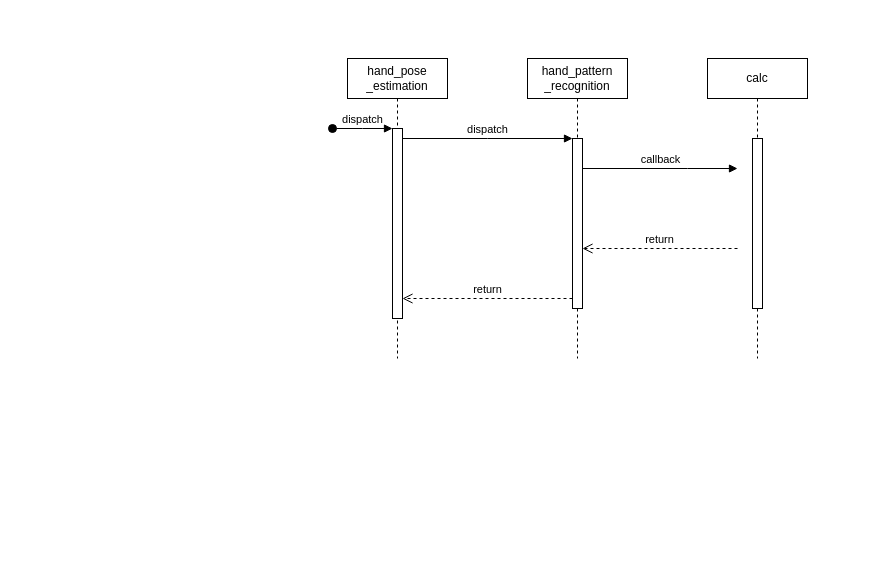
Earlier version of the draw.io diagram doc/Untitled Diagram.drawio (Intel-Edge-AI-SW-Developers-2nd-Team-1/BoardMaestro). Source tidied: cells renumbered, new cells numbered last; positions are measured from the earlier drawing's top-left corner, leaving out a move shared by most shapes. Both pictures are drawn from the tidied source at 100%, with x=0, y=0 at pixel (332, 58).
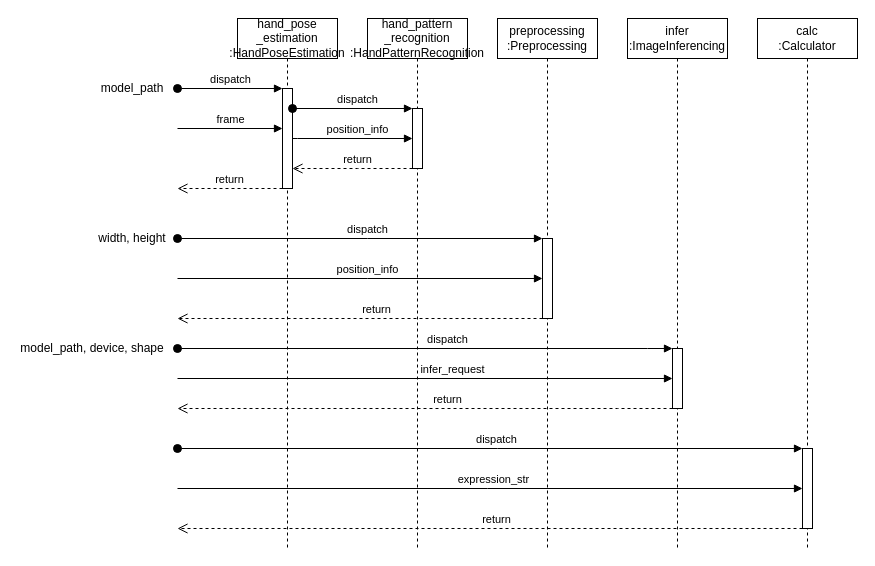
After the change.

Change to the diagram source:
```diff
@@
-    <mxCell id="2" value="&lt;div&gt;hand_pose&lt;/div&gt;&lt;div&gt;_estimation&lt;/div&gt;" style="shape=umlLifeline;perimeter=lifelinePerimeter;whiteSpace=wrap;html=1;newEdgeStyle={&quot;edgeStyle&quot;:&quot;elbowEdgeStyle&quot;,&quot;elbow&quot;:&quot;vertical&quot;,&quot;curved&quot;:0,&quot;rounded&quot;:0};" parent="1" vertex="1">
-      <mxGeometry x="15" width="100" height="300" as="geometry" />
+    <mxCell id="2" value="&lt;div&gt;hand_pose&lt;/div&gt;&lt;div&gt;_estimation&lt;/div&gt;&lt;div&gt;:HandPoseEstimation&lt;br&gt;&lt;/div&gt;" style="shape=umlLifeline;perimeter=lifelinePerimeter;whiteSpace=wrap;html=1;newEdgeStyle={&quot;edgeStyle&quot;:&quot;elbowEdgeStyle&quot;,&quot;elbow&quot;:&quot;vertical&quot;,&quot;curved&quot;:0,&quot;rounded&quot;:0};" parent="1" vertex="1">
+      <mxGeometry x="-95" y="-40" width="100" height="530" as="geometry" />
     </mxCell>
     <mxCell id="3" style="html=1;points=[];perimeter=orthogonalPerimeter;outlineConnect=0;targetShapes=umlLifeline;portConstraint=eastwest;newEdgeStyle={&quot;edgeStyle&quot;:&quot;elbowEdgeStyle&quot;,&quot;elbow&quot;:&quot;vertical&quot;,&quot;curved&quot;:0,&quot;rounded&quot;:0};" parent="2" vertex="1">
-      <mxGeometry x="45" y="70" width="10" height="190" as="geometry" />
+      <mxGeometry x="45" y="70" width="10" height="100" as="geometry" />
     </mxCell>
     <mxCell id="4" value="dispatch" style="html=1;verticalAlign=bottom;startArrow=oval;endArrow=block;startSize=8;edgeStyle=elbowEdgeStyle;elbow=vertical;curved=0;rounded=0;" parent="2" edge="1" target="3">
       <mxGeometry relative="1" as="geometry">
-        <mxPoint x="-15" y="70" as="sourcePoint" />
+        <mxPoint x="-60" y="70" as="sourcePoint" />
       </mxGeometry>
     </mxCell>
-    <mxCell id="5" value="&lt;div&gt;hand_pattern&lt;/div&gt;&lt;div&gt;_recognition&lt;/div&gt;" style="shape=umlLifeline;perimeter=lifelinePerimeter;whiteSpace=wrap;html=1;newEdgeStyle={&quot;edgeStyle&quot;:&quot;elbowEdgeStyle&quot;,&quot;elbow&quot;:&quot;vertical&quot;,&quot;curved&quot;:0,&quot;rounded&quot;:0};" parent="1" vertex="1">
-      <mxGeometry x="195" width="100" height="300" as="geometry" />
+    <mxCell id="5" value="&lt;div&gt;hand_pattern&lt;/div&gt;&lt;div&gt;_recognition&lt;/div&gt;&lt;div&gt;:HandPatternRecognition&lt;br&gt;&lt;/div&gt;" style="shape=umlLifeline;perimeter=lifelinePerimeter;whiteSpace=wrap;html=1;newEdgeStyle={&quot;edgeStyle&quot;:&quot;elbowEdgeStyle&quot;,&quot;elbow&quot;:&quot;vertical&quot;,&quot;curved&quot;:0,&quot;rounded&quot;:0};" parent="1" vertex="1">
+      <mxGeometry x="35" y="-40" width="100" height="530" as="geometry" />
     </mxCell>
     <mxCell id="6" style="html=1;points=[];perimeter=orthogonalPerimeter;outlineConnect=0;targetShapes=umlLifeline;portConstraint=eastwest;newEdgeStyle={&quot;edgeStyle&quot;:&quot;elbowEdgeStyle&quot;,&quot;elbow&quot;:&quot;vertical&quot;,&quot;curved&quot;:0,&quot;rounded&quot;:0};" parent="5" vertex="1">
-      <mxGeometry x="45" y="80" width="10" height="170" as="geometry" />
+      <mxGeometry x="45" y="90" width="10" height="60" as="geometry" />
     </mxCell>
-    <mxCell id="7" value="dispatch" style="html=1;verticalAlign=bottom;endArrow=block;edgeStyle=elbowEdgeStyle;elbow=vertical;curved=0;rounded=0;" parent="1" edge="1" source="3" target="6">
-      <mxGeometry relative="1" as="geometry">
-        <Array as="points">
-          <mxPoint x="155" y="80" />
-        </Array>
-      </mxGeometry>
-    </mxCell>
     <mxCell id="8" value="return" style="html=1;verticalAlign=bottom;endArrow=open;dashed=1;endSize=8;edgeStyle=elbowEdgeStyle;elbow=vertical;curved=0;rounded=0;" parent="1" edge="1" source="6" target="3">
-      <mxGeometry relative="1" as="geometry">
+      <mxGeometry x="-0.08" relative="1" as="geometry">
         <Array as="points">
-          <mxPoint x="165" y="240" />
+          <mxPoint x="25" y="110" />
         </Array>
       </mxGeometry>
     </mxCell>
-    <mxCell id="9" value="callback" style="html=1;verticalAlign=bottom;endArrow=block;edgeStyle=elbowEdgeStyle;elbow=vertical;curved=0;rounded=0;" parent="1" edge="1" source="6">
+    <mxCell id="9" value="frame" style="html=1;verticalAlign=bottom;endArrow=block;edgeStyle=elbowEdgeStyle;elbow=vertical;curved=0;rounded=0;" parent="1" edge="1">
       <mxGeometry relative="1" as="geometry">
-        <mxPoint x="405" y="110" as="targetPoint" />
-        <Array as="points">
-          <mxPoint x="355" y="110" />
-        </Array>
+        <mxPoint x="-155" y="70" as="sourcePoint" />
+        <mxPoint x="-50" y="70" as="targetPoint" />
       </mxGeometry>
     </mxCell>
-    <mxCell id="10" value="return" style="html=1;verticalAlign=bottom;endArrow=open;dashed=1;endSize=8;edgeStyle=elbowEdgeStyle;elbow=vertical;curved=0;rounded=0;" parent="1" edge="1" target="6">
-      <mxGeometry relative="1" as="geometry">
-        <mxPoint x="405" y="190" as="sourcePoint" />
+    <mxCell id="10" value="return" style="html=1;verticalAlign=bottom;endArrow=open;dashed=1;endSize=8;edgeStyle=elbowEdgeStyle;elbow=vertical;curved=0;rounded=0;" parent="1" edge="1" source="15">
+      <mxGeometry x="-0.09" relative="1" as="geometry">
+        <mxPoint x="-155" y="260" as="targetPoint" />
         <Array as="points">
-          <mxPoint x="375" y="190" />
+          <mxPoint x="165" y="260" />
         </Array>
       </mxGeometry>
     </mxCell>
-    <mxCell id="11" value="calc" style="shape=umlLifeline;perimeter=lifelinePerimeter;whiteSpace=wrap;html=1;newEdgeStyle={&quot;edgeStyle&quot;:&quot;elbowEdgeStyle&quot;,&quot;elbow&quot;:&quot;vertical&quot;,&quot;curved&quot;:0,&quot;rounded&quot;:0};" parent="1" vertex="1">
-      <mxGeometry x="375" width="100" height="300" as="geometry" />
+    <mxCell id="11" value="&lt;div&gt;calc&lt;/div&gt;&lt;div&gt;:Calculator&lt;/div&gt;" style="shape=umlLifeline;perimeter=lifelinePerimeter;whiteSpace=wrap;html=1;newEdgeStyle={&quot;edgeStyle&quot;:&quot;elbowEdgeStyle&quot;,&quot;elbow&quot;:&quot;vertical&quot;,&quot;curved&quot;:0,&quot;rounded&quot;:0};" parent="1" vertex="1">
+      <mxGeometry x="425" y="-40" width="100" height="530" as="geometry" />
     </mxCell>
     <mxCell id="12" style="html=1;points=[];perimeter=orthogonalPerimeter;outlineConnect=0;targetShapes=umlLifeline;portConstraint=eastwest;newEdgeStyle={&quot;edgeStyle&quot;:&quot;elbowEdgeStyle&quot;,&quot;elbow&quot;:&quot;vertical&quot;,&quot;curved&quot;:0,&quot;rounded&quot;:0};" parent="11" vertex="1">
-      <mxGeometry x="45" y="80" width="10" height="170" as="geometry" />
+      <mxGeometry x="45" y="430" width="10" height="80" as="geometry" />
     </mxCell>
+    <mxCell id="13" value="return" style="html=1;verticalAlign=bottom;endArrow=open;dashed=1;endSize=8;edgeStyle=elbowEdgeStyle;elbow=vertical;curved=0;rounded=0;" parent="11" edge="1" source="12">
+      <mxGeometry x="-0.02" relative="1" as="geometry">
+        <mxPoint x="-580" y="510" as="targetPoint" />
+        <Array as="points">
+          <mxPoint x="-30" y="510" />
+        </Array>
+      </mxGeometry>
+    </mxCell>
+    <mxCell id="14" value="&lt;div&gt;preprocessing&lt;/div&gt;:Preprocessing" style="shape=umlLifeline;perimeter=lifelinePerimeter;whiteSpace=wrap;html=1;newEdgeStyle={&quot;edgeStyle&quot;:&quot;elbowEdgeStyle&quot;,&quot;elbow&quot;:&quot;vertical&quot;,&quot;curved&quot;:0,&quot;rounded&quot;:0};" parent="1" vertex="1">
+      <mxGeometry x="165" y="-40" width="100" height="530" as="geometry" />
+    </mxCell>
+    <mxCell id="15" style="html=1;points=[];perimeter=orthogonalPerimeter;outlineConnect=0;targetShapes=umlLifeline;portConstraint=eastwest;newEdgeStyle={&quot;edgeStyle&quot;:&quot;elbowEdgeStyle&quot;,&quot;elbow&quot;:&quot;vertical&quot;,&quot;curved&quot;:0,&quot;rounded&quot;:0};" parent="14" vertex="1">
+      <mxGeometry x="45" y="220" width="10" height="80" as="geometry" />
+    </mxCell>
+    <mxCell id="16" value="&lt;div&gt;infer&lt;/div&gt;&lt;div&gt;:ImageInferencing&lt;br&gt;&lt;/div&gt;" style="shape=umlLifeline;perimeter=lifelinePerimeter;whiteSpace=wrap;html=1;newEdgeStyle={&quot;edgeStyle&quot;:&quot;elbowEdgeStyle&quot;,&quot;elbow&quot;:&quot;vertical&quot;,&quot;curved&quot;:0,&quot;rounded&quot;:0};" parent="1" vertex="1">
+      <mxGeometry x="295" y="-40" width="100" height="530" as="geometry" />
+    </mxCell>
+    <mxCell id="17" style="html=1;points=[];perimeter=orthogonalPerimeter;outlineConnect=0;targetShapes=umlLifeline;portConstraint=eastwest;newEdgeStyle={&quot;edgeStyle&quot;:&quot;elbowEdgeStyle&quot;,&quot;elbow&quot;:&quot;vertical&quot;,&quot;curved&quot;:0,&quot;rounded&quot;:0};" parent="16" vertex="1">
+      <mxGeometry x="45" y="330" width="10" height="60" as="geometry" />
+    </mxCell>
+    <mxCell id="18" value="dispatch" style="html=1;verticalAlign=bottom;startArrow=oval;endArrow=block;startSize=8;edgeStyle=elbowEdgeStyle;elbow=vertical;curved=0;rounded=0;" parent="1" edge="1" source="3" target="6">
+      <mxGeometry x="0.08" relative="1" as="geometry">
+        <Array as="points">
+          <mxPoint x="-37.5" y="50" />
+        </Array>
+      </mxGeometry>
+    </mxCell>
+    <mxCell id="19" value="dispatch" style="html=1;verticalAlign=bottom;startArrow=oval;endArrow=block;startSize=8;edgeStyle=elbowEdgeStyle;elbow=vertical;curved=0;rounded=0;" parent="1" edge="1" target="12">
+      <mxGeometry x="0.02" relative="1" as="geometry">
+        <mxPoint x="-155" y="390" as="sourcePoint" />
+        <Array as="points">
+          <mxPoint x="165" y="390" />
+        </Array>
+      </mxGeometry>
+    </mxCell>
+    <mxCell id="20" value="dispatch" style="html=1;verticalAlign=bottom;startArrow=oval;endArrow=block;startSize=8;edgeStyle=elbowEdgeStyle;elbow=vertical;curved=0;rounded=0;" parent="1" edge="1" target="15">
+      <mxGeometry x="0.04" relative="1" as="geometry">
+        <mxPoint x="-155" y="180" as="sourcePoint" />
+        <Array as="points">
+          <mxPoint x="35" y="180" />
+        </Array>
+      </mxGeometry>
+    </mxCell>
+    <mxCell id="21" value="dispatch" style="html=1;verticalAlign=bottom;startArrow=oval;endArrow=block;startSize=8;edgeStyle=elbowEdgeStyle;elbow=vertical;curved=0;rounded=0;" parent="1" edge="1" target="17">
+      <mxGeometry x="0.09" relative="1" as="geometry">
+        <mxPoint x="-155" y="290" as="sourcePoint" />
+        <Array as="points">
+          <mxPoint x="315" y="290" />
+        </Array>
+      </mxGeometry>
+    </mxCell>
+    <mxCell id="22" value="model_path" style="text;html=1;strokeColor=none;fillColor=none;align=center;verticalAlign=middle;whiteSpace=wrap;rounded=0;" parent="1" vertex="1">
+      <mxGeometry x="-225" y="20" width="50" height="20" as="geometry" />
+    </mxCell>
+    <mxCell id="23" value="model_path, device, shape" style="text;html=1;strokeColor=none;fillColor=none;align=center;verticalAlign=middle;whiteSpace=wrap;rounded=0;" parent="1" vertex="1">
+      <mxGeometry x="-315" y="280" width="150" height="20" as="geometry" />
+    </mxCell>
+    <mxCell id="24" value="width, height" style="text;html=1;strokeColor=none;fillColor=none;align=center;verticalAlign=middle;whiteSpace=wrap;rounded=0;" parent="1" vertex="1">
+      <mxGeometry x="-235" y="170" width="70" height="20" as="geometry" />
+    </mxCell>
+    <mxCell id="25" value="position_info" style="html=1;verticalAlign=bottom;endArrow=block;edgeStyle=elbowEdgeStyle;elbow=vertical;curved=0;rounded=0;" parent="1" edge="1" source="3" target="6">
+      <mxGeometry x="0.08" relative="1" as="geometry">
+        <Array as="points">
+          <mxPoint x="-35" y="80" />
+        </Array>
+      </mxGeometry>
+    </mxCell>
+    <mxCell id="26" value="position_info" style="html=1;verticalAlign=bottom;endArrow=block;edgeStyle=elbowEdgeStyle;elbow=vertical;curved=0;rounded=0;" parent="1" edge="1" target="15">
+      <mxGeometry x="0.04" relative="1" as="geometry">
+        <mxPoint x="-155" y="220" as="sourcePoint" />
+        <Array as="points">
+          <mxPoint x="35" y="220" />
+        </Array>
+      </mxGeometry>
+    </mxCell>
+    <mxCell id="27" value="return" style="html=1;verticalAlign=bottom;endArrow=open;dashed=1;endSize=8;edgeStyle=elbowEdgeStyle;elbow=vertical;curved=0;rounded=0;" parent="1" edge="1" source="17">
+      <mxGeometry x="-0.09" relative="1" as="geometry">
+        <mxPoint x="-155" y="350" as="targetPoint" />
+        <Array as="points">
+          <mxPoint x="285" y="350" />
+        </Array>
+      </mxGeometry>
+    </mxCell>
+    <mxCell id="28" value="expression_str" style="html=1;verticalAlign=bottom;endArrow=block;edgeStyle=elbowEdgeStyle;elbow=vertical;curved=0;rounded=0;" parent="1" edge="1" target="12">
+      <mxGeometry x="0.01" relative="1" as="geometry">
+        <mxPoint x="-155" y="430" as="sourcePoint" />
+        <Array as="points">
+          <mxPoint x="155" y="430" />
+        </Array>
+      </mxGeometry>
+    </mxCell>
+    <mxCell id="29" value="return" style="html=1;verticalAlign=bottom;endArrow=open;dashed=1;endSize=8;edgeStyle=elbowEdgeStyle;elbow=vertical;curved=0;rounded=0;" parent="1" edge="1" source="3">
+      <mxGeometry relative="1" as="geometry">
+        <mxPoint x="-155" y="130" as="targetPoint" />
+        <Array as="points">
+          <mxPoint x="-65" y="130" />
+        </Array>
+      </mxGeometry>
+    </mxCell>
+    <mxCell id="30" value="infer_request" style="html=1;verticalAlign=bottom;endArrow=block;edgeStyle=elbowEdgeStyle;elbow=vertical;curved=0;rounded=0;" parent="1" edge="1" target="17">
+      <mxGeometry x="0.11" relative="1" as="geometry">
+        <mxPoint x="-155" y="320" as="sourcePoint" />
+      </mxGeometry>
+    </mxCell>
```
